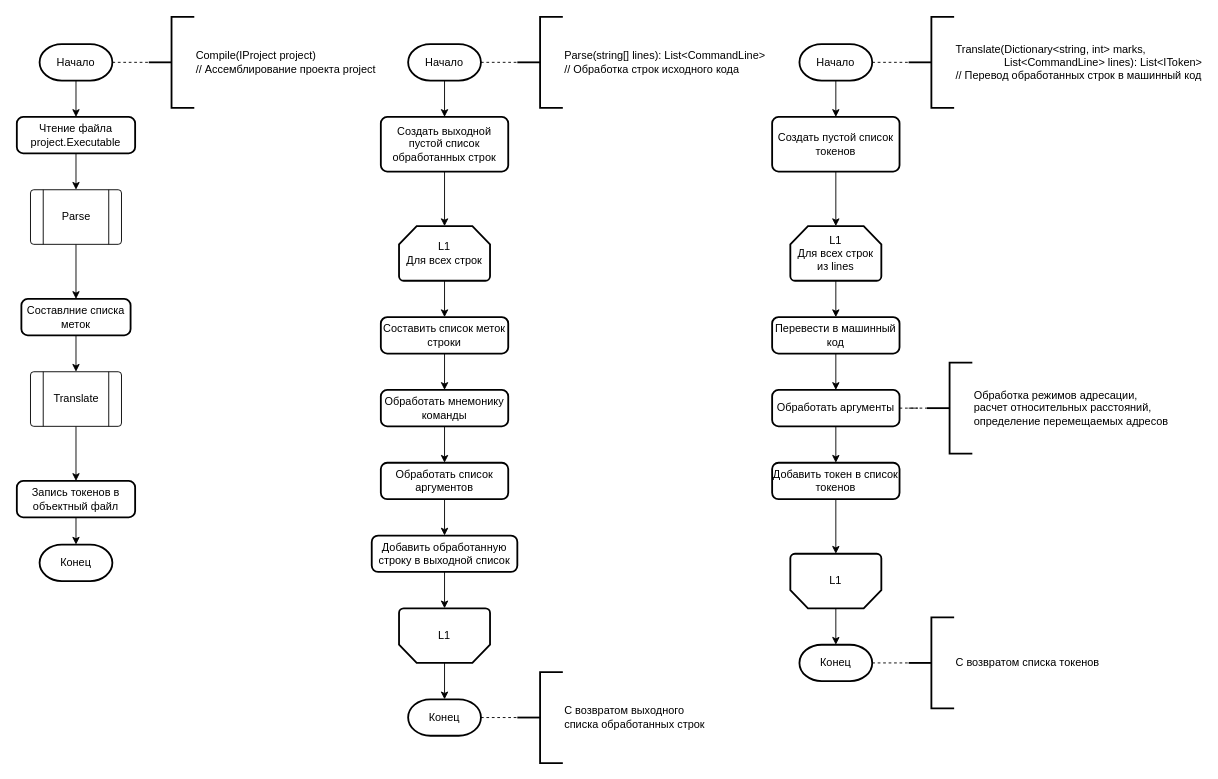
This is page "Ассемблер" (1 of 3) of docs/Схемы/algorithms.drawio from mrypdm/asvt_sem7_kursach, a draw.io file, before an edit. Source tidied: cells renumbered, new cells numbered last; positions are measured from the earlier drawing's top-left corner, leaving out a move shared by most shapes. Both pictures are drawn from the tidied source at 91%, with x=0, y=0 at pixel (16, 16).
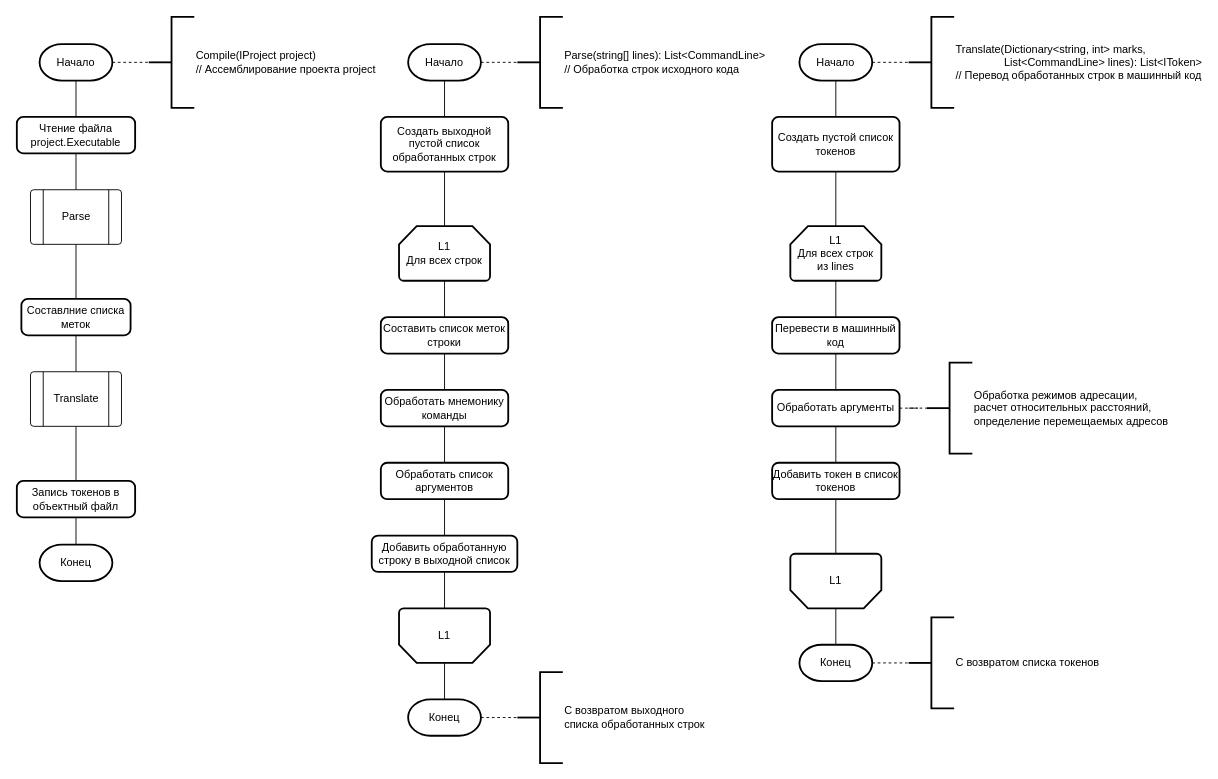
After the change.

The change refers to these unchanged cells:
```xml
<mxCell id="4" value="Начало" style="strokeWidth=2;html=1;shape=mxgraph.flowchart.terminator;whiteSpace=wrap;" parent="1" vertex="1">
  <mxGeometry x="25" y="30" width="80" height="40" as="geometry" />
</mxCell>
<mxCell id="7" value="Чтение файла project.Executable" style="rounded=1;whiteSpace=wrap;html=1;absoluteArcSize=1;arcSize=14;strokeWidth=2;" parent="1" vertex="1">
  <mxGeometry y="110" width="130" height="40" as="geometry" />
</mxCell>
<mxCell id="9" style="verticalLabelPosition=bottom;verticalAlign=top;html=1;shape=process;whiteSpace=wrap;rounded=1;size=0.14;arcSize=6;" parent="1" vertex="1">
  <mxGeometry x="15" y="190" width="100" height="60" as="geometry" />
</mxCell>
<mxCell id="12" value="Составлние списка меток" style="rounded=1;whiteSpace=wrap;html=1;absoluteArcSize=1;arcSize=14;strokeWidth=2;" parent="1" vertex="1">
  <mxGeometry x="5" y="310" width="120" height="40" as="geometry" />
</mxCell>
<mxCell id="14" style="verticalLabelPosition=bottom;verticalAlign=top;html=1;shape=process;whiteSpace=wrap;rounded=1;size=0.14;arcSize=6;" parent="1" vertex="1">
  <mxGeometry x="15" y="390" width="100" height="60" as="geometry" />
</mxCell>
<mxCell id="16" value="Запись токенов в объектный файл" style="rounded=1;whiteSpace=wrap;html=1;absoluteArcSize=1;arcSize=14;strokeWidth=2;" parent="1" vertex="1">
  <mxGeometry y="510" width="130" height="40" as="geometry" />
</mxCell>
<mxCell id="17" value="Конец" style="strokeWidth=2;html=1;shape=mxgraph.flowchart.terminator;whiteSpace=wrap;" parent="1" vertex="1">
  <mxGeometry x="25" y="580" width="80" height="40" as="geometry" />
</mxCell>
<mxCell id="21" value="Начало" style="strokeWidth=2;html=1;shape=mxgraph.flowchart.terminator;whiteSpace=wrap;" parent="1" vertex="1">
  <mxGeometry x="430" y="30" width="80" height="40" as="geometry" />
</mxCell>
<mxCell id="24" value="L1&lt;br&gt;Для всех строк" style="strokeWidth=2;html=1;shape=mxgraph.flowchart.loop_limit;whiteSpace=wrap;" parent="1" vertex="1">
  <mxGeometry x="420" y="230" width="100" height="60" as="geometry" />
</mxCell>
<mxCell id="26" value="Составить список меток строки" style="rounded=1;whiteSpace=wrap;html=1;absoluteArcSize=1;arcSize=14;strokeWidth=2;" parent="1" vertex="1">
  <mxGeometry x="400" y="330" width="140" height="40" as="geometry" />
</mxCell>
<mxCell id="28" value="Обработать мнемонику команды" style="rounded=1;whiteSpace=wrap;html=1;absoluteArcSize=1;arcSize=14;strokeWidth=2;" parent="1" vertex="1">
  <mxGeometry x="400" y="410" width="140" height="40" as="geometry" />
</mxCell>
<mxCell id="30" value="Обработать список аргументов" style="rounded=1;whiteSpace=wrap;html=1;absoluteArcSize=1;arcSize=14;strokeWidth=2;" parent="1" vertex="1">
  <mxGeometry x="400" y="490" width="140" height="40" as="geometry" />
</mxCell>
<mxCell id="32" value="L1" style="strokeWidth=2;html=1;shape=mxgraph.flowchart.loop_limit;whiteSpace=wrap;direction=west;" parent="1" vertex="1">
  <mxGeometry x="420" y="650" width="100" height="60" as="geometry" />
</mxCell>
<mxCell id="34" value="Добавить обработанную строку в выходной список" style="rounded=1;whiteSpace=wrap;html=1;absoluteArcSize=1;arcSize=14;strokeWidth=2;" parent="1" vertex="1">
  <mxGeometry x="390" y="570" width="160" height="40" as="geometry" />
</mxCell>
<mxCell id="36" value="Создать выходной пустой список обработанных строк" style="rounded=1;whiteSpace=wrap;html=1;absoluteArcSize=1;arcSize=14;strokeWidth=2;" parent="1" vertex="1">
  <mxGeometry x="400" y="110" width="140" height="60" as="geometry" />
</mxCell>
<mxCell id="38" value="Конец" style="strokeWidth=2;html=1;shape=mxgraph.flowchart.terminator;whiteSpace=wrap;" parent="1" vertex="1">
  <mxGeometry x="430" y="750" width="80" height="40" as="geometry" />
</mxCell>
<mxCell id="42" value="Начало" style="strokeWidth=2;html=1;shape=mxgraph.flowchart.terminator;whiteSpace=wrap;" parent="1" vertex="1">
  <mxGeometry x="860" y="30" width="80" height="40" as="geometry" />
</mxCell>
<mxCell id="45" value="L1&lt;br&gt;Для всех строк из lines" style="strokeWidth=2;html=1;shape=mxgraph.flowchart.loop_limit;whiteSpace=wrap;" parent="1" vertex="1">
  <mxGeometry x="850" y="230" width="100" height="60" as="geometry" />
</mxCell>
<mxCell id="47" value="Перевести в машинный код" style="rounded=1;whiteSpace=wrap;html=1;absoluteArcSize=1;arcSize=14;strokeWidth=2;" parent="1" vertex="1">
  <mxGeometry x="830" y="330" width="140" height="40" as="geometry" />
</mxCell>
<mxCell id="50" value="Обработать аргументы" style="rounded=1;whiteSpace=wrap;html=1;absoluteArcSize=1;arcSize=14;strokeWidth=2;" parent="1" vertex="1">
  <mxGeometry x="830" y="410" width="140" height="40" as="geometry" />
</mxCell>
<mxCell id="52" value="Добавить токен в список токенов" style="rounded=1;whiteSpace=wrap;html=1;absoluteArcSize=1;arcSize=14;strokeWidth=2;" parent="1" vertex="1">
  <mxGeometry x="830" y="490" width="140" height="40" as="geometry" />
</mxCell>
<mxCell id="54" value="L1" style="strokeWidth=2;html=1;shape=mxgraph.flowchart.loop_limit;whiteSpace=wrap;direction=west;" parent="1" vertex="1">
  <mxGeometry x="850" y="590" width="100" height="60" as="geometry" />
</mxCell>
<mxCell id="56" value="Создать пустой список токенов" style="rounded=1;whiteSpace=wrap;html=1;absoluteArcSize=1;arcSize=14;strokeWidth=2;" parent="1" vertex="1">
  <mxGeometry x="830" y="110" width="140" height="60" as="geometry" />
</mxCell>
<mxCell id="58" value="Конец" style="strokeWidth=2;html=1;shape=mxgraph.flowchart.terminator;whiteSpace=wrap;" parent="1" vertex="1">
  <mxGeometry x="860" y="690" width="80" height="40" as="geometry" />
</mxCell>
```

What changed in the source:
```diff
@@
-    <mxCell id="3" style="edgeStyle=orthogonalEdgeStyle;rounded=0;jettySize=auto;html=1;" parent="1" edge="1" source="4" target="7">
+    <mxCell id="3" style="edgeStyle=orthogonalEdgeStyle;rounded=0;jettySize=auto;html=1;endArrow=none;endFill=0;" parent="1" edge="1" source="4" target="7">
       <mxGeometry relative="1" as="geometry" />
     </mxCell>
@@
-    <mxCell id="6" style="edgeStyle=orthogonalEdgeStyle;rounded=0;jettySize=auto;html=1;exitX=0.5;exitY=1;exitDx=0;exitDy=0;entryX=0.5;entryY=0;entryDx=0;entryDy=0;" parent="1" edge="1" source="7" target="9">
+    <mxCell id="6" style="edgeStyle=orthogonalEdgeStyle;rounded=0;jettySize=auto;html=1;exitX=0.5;exitY=1;exitDx=0;exitDy=0;entryX=0.5;entryY=0;entryDx=0;entryDy=0;endArrow=none;endFill=0;" parent="1" edge="1" source="7" target="9">
       <mxGeometry relative="1" as="geometry" />
     </mxCell>
@@
-    <mxCell id="8" style="edgeStyle=orthogonalEdgeStyle;rounded=0;jettySize=auto;html=1;" parent="1" edge="1" source="9" target="12">
+    <mxCell id="8" style="edgeStyle=orthogonalEdgeStyle;rounded=0;jettySize=auto;html=1;endArrow=none;endFill=0;" parent="1" edge="1" source="9" target="12">
       <mxGeometry relative="1" as="geometry" />
     </mxCell>
@@
-    <mxCell id="11" style="edgeStyle=orthogonalEdgeStyle;rounded=0;jettySize=auto;html=1;exitX=0.5;exitY=1;exitDx=0;exitDy=0;entryX=0.5;entryY=0;entryDx=0;entryDy=0;" parent="1" edge="1" source="12" target="14">
+    <mxCell id="11" style="edgeStyle=orthogonalEdgeStyle;rounded=0;jettySize=auto;html=1;exitX=0.5;exitY=1;exitDx=0;exitDy=0;entryX=0.5;entryY=0;entryDx=0;entryDy=0;endArrow=none;endFill=0;" parent="1" edge="1" source="12" target="14">
       <mxGeometry relative="1" as="geometry" />
     </mxCell>
@@
-    <mxCell id="13" style="edgeStyle=orthogonalEdgeStyle;rounded=0;jettySize=auto;html=1;" parent="1" edge="1" source="14" target="16">
+    <mxCell id="13" style="edgeStyle=orthogonalEdgeStyle;rounded=0;jettySize=auto;html=1;endArrow=none;endFill=0;" parent="1" edge="1" source="14" target="16">
       <mxGeometry relative="1" as="geometry" />
     </mxCell>
@@
-    <mxCell id="18" style="edgeStyle=orthogonalEdgeStyle;rounded=0;jettySize=auto;html=1;exitX=0.5;exitY=1;exitDx=0;exitDy=0;entryX=0.5;entryY=0;entryDx=0;entryDy=0;entryPerimeter=0;" parent="1" edge="1" source="16" target="17">
+    <mxCell id="18" style="edgeStyle=orthogonalEdgeStyle;rounded=0;jettySize=auto;html=1;exitX=0.5;exitY=1;exitDx=0;exitDy=0;entryX=0.5;entryY=0;entryDx=0;entryDy=0;entryPerimeter=0;endArrow=none;endFill=0;" parent="1" edge="1" source="16" target="17">
       <mxGeometry relative="1" as="geometry" />
     </mxCell>
@@
-    <mxCell id="20" style="edgeStyle=orthogonalEdgeStyle;rounded=0;jettySize=auto;html=1;" parent="1" edge="1" source="21" target="36">
+    <mxCell id="20" style="edgeStyle=orthogonalEdgeStyle;rounded=0;jettySize=auto;html=1;endArrow=none;endFill=0;" parent="1" edge="1" source="21" target="36">
       <mxGeometry relative="1" as="geometry" />
     </mxCell>
@@
-    <mxCell id="23" style="edgeStyle=orthogonalEdgeStyle;rounded=0;jettySize=auto;html=1;" parent="1" edge="1" source="24" target="26">
+    <mxCell id="23" style="edgeStyle=orthogonalEdgeStyle;rounded=0;jettySize=auto;html=1;endArrow=none;endFill=0;" parent="1" edge="1" source="24" target="26">
       <mxGeometry relative="1" as="geometry" />
     </mxCell>
@@
-    <mxCell id="25" style="edgeStyle=orthogonalEdgeStyle;rounded=0;jettySize=auto;html=1;" parent="1" edge="1" source="26" target="28">
+    <mxCell id="25" style="edgeStyle=orthogonalEdgeStyle;rounded=0;jettySize=auto;html=1;endArrow=none;endFill=0;" parent="1" edge="1" source="26" target="28">
       <mxGeometry relative="1" as="geometry" />
     </mxCell>
@@
-    <mxCell id="27" style="edgeStyle=orthogonalEdgeStyle;rounded=0;jettySize=auto;html=1;" parent="1" edge="1" source="28" target="30">
+    <mxCell id="27" style="edgeStyle=orthogonalEdgeStyle;rounded=0;jettySize=auto;html=1;endArrow=none;endFill=0;" parent="1" edge="1" source="28" target="30">
       <mxGeometry relative="1" as="geometry" />
     </mxCell>
@@
-    <mxCell id="29" style="edgeStyle=orthogonalEdgeStyle;rounded=0;jettySize=auto;html=1;" parent="1" edge="1" source="30" target="34">
+    <mxCell id="29" style="edgeStyle=orthogonalEdgeStyle;rounded=0;jettySize=auto;html=1;endArrow=none;endFill=0;" parent="1" edge="1" source="30" target="34">
       <mxGeometry relative="1" as="geometry" />
     </mxCell>
@@
-    <mxCell id="31" style="edgeStyle=orthogonalEdgeStyle;rounded=0;jettySize=auto;html=1;" parent="1" edge="1" source="32" target="38">
+    <mxCell id="31" style="edgeStyle=orthogonalEdgeStyle;rounded=0;jettySize=auto;html=1;endArrow=none;endFill=0;" parent="1" edge="1" source="32" target="38">
       <mxGeometry relative="1" as="geometry" />
     </mxCell>
@@
-    <mxCell id="33" style="edgeStyle=orthogonalEdgeStyle;rounded=0;jettySize=auto;html=1;" parent="1" edge="1" source="34" target="32">
+    <mxCell id="33" style="edgeStyle=orthogonalEdgeStyle;rounded=0;jettySize=auto;html=1;endArrow=none;endFill=0;" parent="1" edge="1" source="34" target="32">
       <mxGeometry relative="1" as="geometry" />
     </mxCell>
@@
-    <mxCell id="35" style="edgeStyle=orthogonalEdgeStyle;rounded=0;jettySize=auto;html=1;" parent="1" edge="1" source="36" target="24">
+    <mxCell id="35" style="edgeStyle=orthogonalEdgeStyle;rounded=0;jettySize=auto;html=1;endArrow=none;endFill=0;" parent="1" edge="1" source="36" target="24">
       <mxGeometry relative="1" as="geometry" />
     </mxCell>
@@
-    <mxCell id="41" style="edgeStyle=orthogonalEdgeStyle;rounded=0;jettySize=auto;html=1;" parent="1" edge="1" source="42" target="56">
+    <mxCell id="41" style="edgeStyle=orthogonalEdgeStyle;rounded=0;jettySize=auto;html=1;endArrow=none;endFill=0;" parent="1" edge="1" source="42" target="56">
       <mxGeometry relative="1" as="geometry" />
     </mxCell>
@@
-    <mxCell id="44" style="edgeStyle=orthogonalEdgeStyle;rounded=0;jettySize=auto;html=1;" parent="1" edge="1" source="45" target="47">
+    <mxCell id="44" style="edgeStyle=orthogonalEdgeStyle;rounded=0;jettySize=auto;html=1;endArrow=none;endFill=0;" parent="1" edge="1" source="45" target="47">
       <mxGeometry relative="1" as="geometry" />
     </mxCell>
@@
-    <mxCell id="46" style="edgeStyle=orthogonalEdgeStyle;rounded=0;jettySize=auto;html=1;" parent="1" edge="1" source="47" target="50">
+    <mxCell id="46" style="edgeStyle=orthogonalEdgeStyle;rounded=0;jettySize=auto;html=1;endArrow=none;endFill=0;" parent="1" edge="1" source="47" target="50">
       <mxGeometry relative="1" as="geometry" />
     </mxCell>
@@
-    <mxCell id="48" style="edgeStyle=orthogonalEdgeStyle;rounded=0;jettySize=auto;html=1;" parent="1" edge="1" source="50" target="52">
+    <mxCell id="48" style="edgeStyle=orthogonalEdgeStyle;rounded=0;jettySize=auto;html=1;endArrow=none;endFill=0;" parent="1" edge="1" source="50" target="52">
       <mxGeometry relative="1" as="geometry" />
     </mxCell>
@@
-    <mxCell id="51" style="edgeStyle=orthogonalEdgeStyle;rounded=0;jettySize=auto;html=1;" parent="1" edge="1" source="52" target="54">
+    <mxCell id="51" style="edgeStyle=orthogonalEdgeStyle;rounded=0;jettySize=auto;html=1;endArrow=none;endFill=0;" parent="1" edge="1" source="52" target="54">
       <mxGeometry relative="1" as="geometry" />
     </mxCell>
@@
-    <mxCell id="53" style="edgeStyle=orthogonalEdgeStyle;rounded=0;jettySize=auto;html=1;" parent="1" edge="1" source="54" target="58">
+    <mxCell id="53" style="edgeStyle=orthogonalEdgeStyle;rounded=0;jettySize=auto;html=1;endArrow=none;endFill=0;" parent="1" edge="1" source="54" target="58">
       <mxGeometry relative="1" as="geometry" />
     </mxCell>
@@
-    <mxCell id="55" style="edgeStyle=orthogonalEdgeStyle;rounded=0;jettySize=auto;html=1;" parent="1" edge="1" source="56" target="45">
+    <mxCell id="55" style="edgeStyle=orthogonalEdgeStyle;rounded=0;jettySize=auto;html=1;endArrow=none;endFill=0;" parent="1" edge="1" source="56" target="45">
       <mxGeometry relative="1" as="geometry" />
     </mxCell>
```
